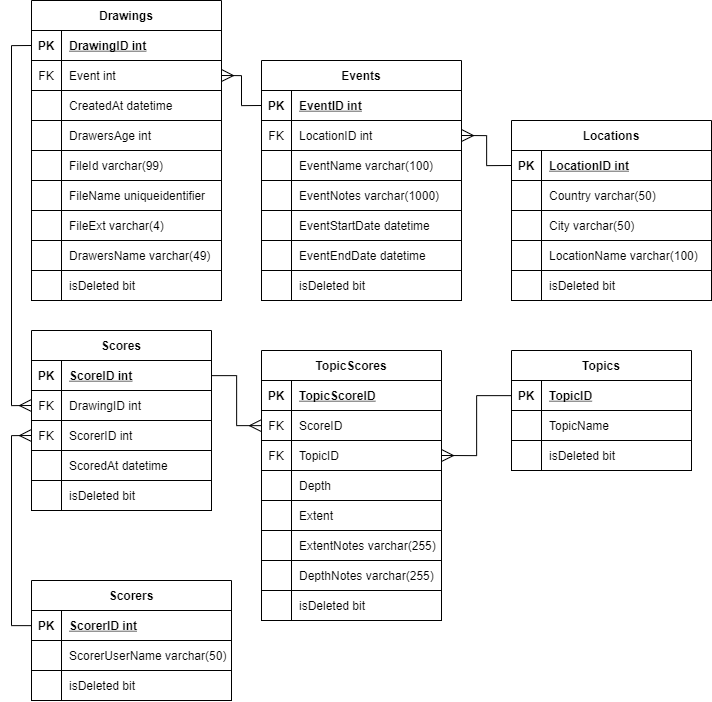
This is Project Docs/Diagrams/Entity Relationship Diagram/Entity Relationship Diagram.png from jgalminas/nma, a draw.io export, as it was before one commit. Source tidied: cells renumbered, new cells last; positions are measured from the earlier drawing's top-left corner, leaving out a move shared by most shapes.
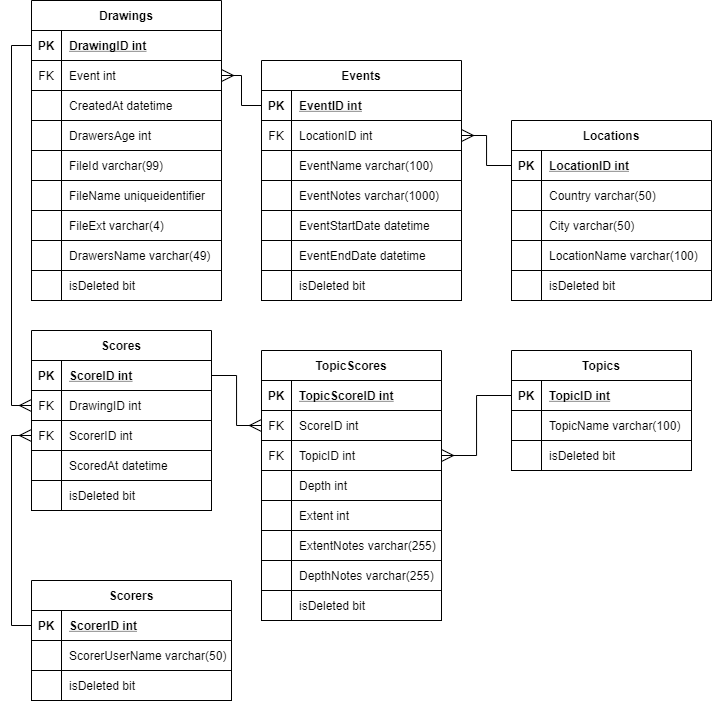
The same diagram one commit later.

Change to the diagram source:
```diff
@@ -296,7 +296,7 @@
     <mxCell id="99" value="PK" style="shape=partialRectangle;fillColor=none;top=0;left=0;bottom=0;right=0;fontStyle=1;overflow=hidden;" parent="98" vertex="1">
       <mxGeometry width="30" height="30" as="geometry" />
     </mxCell>
-    <mxCell id="100" value="TopicID" style="shape=partialRectangle;fillColor=none;top=0;left=0;bottom=0;right=0;align=left;spacingLeft=6;fontStyle=5;overflow=hidden;" parent="98" vertex="1">
+    <mxCell id="100" value="TopicID int" style="shape=partialRectangle;fillColor=none;top=0;left=0;bottom=0;right=0;align=left;spacingLeft=6;fontStyle=5;overflow=hidden;" parent="98" vertex="1">
       <mxGeometry x="30" width="150" height="30" as="geometry" />
     </mxCell>
     <mxCell id="101" style="shape=tableRow;horizontal=0;startSize=0;swimlaneHead=0;swimlaneBody=0;fillColor=none;top=0;left=0;right=0;bottom=0;" parent="97" vertex="1">
@@ -305,7 +305,7 @@
     <mxCell id="102" style="shape=partialRectangle;fillColor=none;top=0;left=0;bottom=0;right=0;overflow=hidden;" parent="101" vertex="1">
       <mxGeometry width="30" height="30" as="geometry" />
     </mxCell>
-    <mxCell id="103" value="TopicName" style="shape=partialRectangle;fillColor=none;top=0;left=0;bottom=0;right=0;align=left;spacingLeft=6;overflow=hidden;" parent="101" vertex="1">
+    <mxCell id="103" value="TopicName varchar(100)" style="shape=partialRectangle;fillColor=none;top=0;left=0;bottom=0;right=0;align=left;spacingLeft=6;overflow=hidden;" parent="101" vertex="1">
       <mxGeometry x="30" width="150" height="30" as="geometry" />
     </mxCell>
     <mxCell id="104" style="shape=tableRow;horizontal=0;startSize=0;swimlaneHead=0;swimlaneBody=0;fillColor=none;top=0;left=0;right=0;bottom=0;" parent="97" vertex="1">
@@ -326,7 +326,7 @@
     <mxCell id="109" value="PK" style="shape=partialRectangle;fillColor=none;top=0;left=0;bottom=0;right=0;fontStyle=1;overflow=hidden;" parent="108" vertex="1">
       <mxGeometry width="30" height="30" as="geometry" />
     </mxCell>
-    <mxCell id="110" value="TopicScoreID" style="shape=partialRectangle;fillColor=none;top=0;left=0;bottom=0;right=0;align=left;spacingLeft=6;fontStyle=5;overflow=hidden;" parent="108" vertex="1">
+    <mxCell id="110" value="TopicScoreID int" style="shape=partialRectangle;fillColor=none;top=0;left=0;bottom=0;right=0;align=left;spacingLeft=6;fontStyle=5;overflow=hidden;" parent="108" vertex="1">
       <mxGeometry x="30" width="150" height="30" as="geometry" />
     </mxCell>
     <mxCell id="111" style="shape=tableRow;horizontal=0;startSize=0;swimlaneHead=0;swimlaneBody=0;fillColor=none;points=[[0,0.5],[1,0.5]];portConstraint=eastwest;top=0;left=0;right=0;bottom=0;" parent="107" vertex="1">
@@ -335,7 +335,7 @@
     <mxCell id="112" value="FK" style="shape=partialRectangle;fillColor=none;top=0;left=0;bottom=0;right=0;overflow=hidden;" parent="111" vertex="1">
       <mxGeometry width="30" height="30" as="geometry" />
     </mxCell>
-    <mxCell id="113" value="ScoreID" style="shape=partialRectangle;fillColor=none;top=0;left=0;bottom=0;right=0;align=left;spacingLeft=6;overflow=hidden;" parent="111" vertex="1">
+    <mxCell id="113" value="ScoreID int" style="shape=partialRectangle;fillColor=none;top=0;left=0;bottom=0;right=0;align=left;spacingLeft=6;overflow=hidden;" parent="111" vertex="1">
       <mxGeometry x="30" width="150" height="30" as="geometry" />
     </mxCell>
     <mxCell id="114" style="shape=tableRow;horizontal=0;startSize=0;swimlaneHead=0;swimlaneBody=0;fillColor=none;points=[[0,0.5],[1,0.5]];portConstraint=eastwest;top=0;left=0;right=0;bottom=0;" parent="107" vertex="1">
@@ -344,7 +344,7 @@
     <mxCell id="115" value="FK" style="shape=partialRectangle;fillColor=none;top=0;left=0;bottom=0;right=0;overflow=hidden;" parent="114" vertex="1">
       <mxGeometry width="30" height="30" as="geometry" />
     </mxCell>
-    <mxCell id="116" value="TopicID" style="shape=partialRectangle;fillColor=none;top=0;left=0;bottom=0;right=0;align=left;spacingLeft=6;overflow=hidden;" parent="114" vertex="1">
+    <mxCell id="116" value="TopicID int" style="shape=partialRectangle;fillColor=none;top=0;left=0;bottom=0;right=0;align=left;spacingLeft=6;overflow=hidden;" parent="114" vertex="1">
       <mxGeometry x="30" width="150" height="30" as="geometry" />
     </mxCell>
     <mxCell id="117" style="shape=tableRow;horizontal=0;startSize=0;swimlaneHead=0;swimlaneBody=0;fillColor=none;top=0;left=0;right=0;bottom=0;" parent="107" vertex="1">
@@ -353,7 +353,7 @@
     <mxCell id="118" style="shape=partialRectangle;fillColor=none;top=0;left=0;bottom=0;right=0;overflow=hidden;" parent="117" vertex="1">
       <mxGeometry width="30" height="30" as="geometry" />
     </mxCell>
-    <mxCell id="119" value="Depth" style="shape=partialRectangle;fillColor=none;top=0;left=0;bottom=0;right=0;align=left;spacingLeft=6;overflow=hidden;" parent="117" vertex="1">
+    <mxCell id="119" value="Depth int" style="shape=partialRectangle;fillColor=none;top=0;left=0;bottom=0;right=0;align=left;spacingLeft=6;overflow=hidden;" parent="117" vertex="1">
       <mxGeometry x="30" width="150" height="30" as="geometry" />
     </mxCell>
     <mxCell id="120" style="shape=tableRow;horizontal=0;startSize=0;swimlaneHead=0;swimlaneBody=0;fillColor=none;top=0;left=0;right=0;bottom=0;" parent="107" vertex="1">
@@ -362,7 +362,7 @@
     <mxCell id="121" style="shape=partialRectangle;fillColor=none;top=0;left=0;bottom=0;right=0;overflow=hidden;" parent="120" vertex="1">
       <mxGeometry width="30" height="30" as="geometry" />
     </mxCell>
-    <mxCell id="122" value="Extent" style="shape=partialRectangle;fillColor=none;top=0;left=0;bottom=0;right=0;align=left;spacingLeft=6;overflow=hidden;" parent="120" vertex="1">
+    <mxCell id="122" value="Extent int" style="shape=partialRectangle;fillColor=none;top=0;left=0;bottom=0;right=0;align=left;spacingLeft=6;overflow=hidden;" parent="120" vertex="1">
       <mxGeometry x="30" width="150" height="30" as="geometry" />
     </mxCell>
     <mxCell id="123" style="shape=tableRow;horizontal=0;startSize=0;swimlaneHead=0;swimlaneBody=0;fillColor=none;top=0;left=0;right=0;bottom=0;" parent="107" vertex="1">
```
